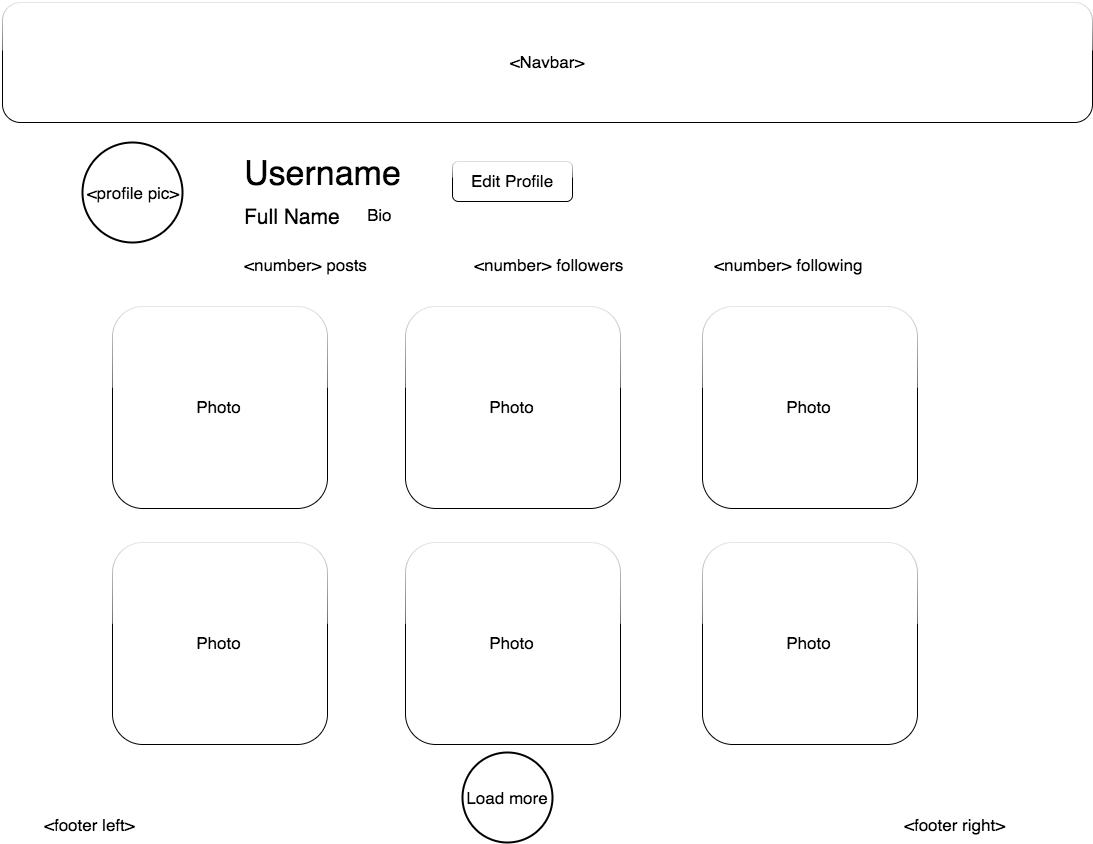
darryllittman/Pixlgram keeps this draw.io diagram as docs/wireframes/other_user_page.png. Above is the earlier version. Source tidied: cells renumbered, new cells last; positions are measured from the earlier drawing's top-left corner, leaving out a move shared by most shapes. The source it was exported from:
```xml
<mxGraphModel background="#ffffff">
  <root>
    <mxCell id="0" />
    <mxCell id="1" parent="0" />
    <mxCell id="2" value="&amp;lt;Navbar&amp;gt;" style="whiteSpace=wrap;html=1;rounded=1;glass=1;labelBackgroundColor=none;strokeWidth=1;fillColor=#FFFFFF;fontSize=17;align=center;" parent="1" vertex="1">
      <mxGeometry width="1090" height="120" as="geometry" />
    </mxCell>
    <mxCell id="3" value="&amp;lt;profile pic&amp;gt;" style="strokeWidth=2;html=1;shape=mxgraph.flowchart.start_2;whiteSpace=wrap;rounded=1;shadow=0;glass=1;labelBackgroundColor=none;fillColor=#FFFFFF;fontSize=17;align=center;" parent="1" vertex="1">
      <mxGeometry x="80" y="140" width="100" height="100" as="geometry" />
    </mxCell>
    <mxCell id="4" value="&lt;font style=&quot;font-size: 34px&quot;&gt;Username&lt;/font&gt;" style="text;html=1;align=left;verticalAlign=top;spacingTop=-4;fontSize=17;" parent="1" vertex="1">
      <mxGeometry x="240" y="149" width="170" height="30" as="geometry" />
    </mxCell>
    <mxCell id="5" value="&lt;font style=&quot;font-size: 21px&quot;&gt;Full Name&lt;/font&gt;" style="text;html=1;align=left;verticalAlign=top;spacingTop=-4;fontSize=17;" parent="1" vertex="1">
      <mxGeometry x="240" y="200" width="110" height="20" as="geometry" />
    </mxCell>
    <mxCell id="6" value="Edit Profile" style="rounded=1;whiteSpace=wrap;html=1;shadow=0;glass=1;labelBackgroundColor=none;strokeWidth=1;fillColor=#FFFFFF;fontSize=17;align=center;" parent="1" vertex="1">
      <mxGeometry x="450" y="159" width="120" height="40" as="geometry" />
    </mxCell>
    <mxCell id="7" value="&amp;lt;number&amp;gt; posts" style="text;html=1;align=left;verticalAlign=top;spacingTop=-4;fontSize=17;" parent="1" vertex="1">
      <mxGeometry x="240" y="250" width="140" height="20" as="geometry" />
    </mxCell>
    <mxCell id="8" value="&amp;lt;number&amp;gt; followers" style="text;html=1;align=left;verticalAlign=top;spacingTop=-4;fontSize=17;" parent="1" vertex="1">
      <mxGeometry x="470" y="250" width="160" height="20" as="geometry" />
    </mxCell>
    <mxCell id="9" value="&amp;lt;number&amp;gt; following" style="text;html=1;align=left;verticalAlign=top;spacingTop=-4;fontSize=17;" parent="1" vertex="1">
      <mxGeometry x="710" y="250" width="160" height="20" as="geometry" />
    </mxCell>
    <mxCell id="10" value="Photo" style="whiteSpace=wrap;html=1;rounded=1;shadow=0;glass=1;labelBackgroundColor=none;strokeWidth=1;fillColor=#FFFFFF;fontSize=17;align=center;" parent="1" vertex="1">
      <mxGeometry x="110" y="304" width="215" height="202" as="geometry" />
    </mxCell>
    <mxCell id="11" value="Photo" style="whiteSpace=wrap;html=1;rounded=1;shadow=0;glass=1;labelBackgroundColor=none;strokeWidth=1;fillColor=#FFFFFF;fontSize=17;align=center;" parent="1" vertex="1">
      <mxGeometry x="403" y="304" width="215" height="202" as="geometry" />
    </mxCell>
    <mxCell id="12" value="Photo" style="whiteSpace=wrap;html=1;rounded=1;shadow=0;glass=1;labelBackgroundColor=none;strokeWidth=1;fillColor=#FFFFFF;fontSize=17;align=center;" parent="1" vertex="1">
      <mxGeometry x="700" y="304" width="215" height="202" as="geometry" />
    </mxCell>
    <mxCell id="13" value="Photo" style="whiteSpace=wrap;html=1;rounded=1;shadow=0;glass=1;labelBackgroundColor=none;strokeWidth=1;fillColor=#FFFFFF;fontSize=17;align=center;" parent="1" vertex="1">
      <mxGeometry x="110" y="540" width="215" height="202" as="geometry" />
    </mxCell>
    <mxCell id="14" value="Photo" style="whiteSpace=wrap;html=1;rounded=1;shadow=0;glass=1;labelBackgroundColor=none;strokeWidth=1;fillColor=#FFFFFF;fontSize=17;align=center;" parent="1" vertex="1">
      <mxGeometry x="403" y="540" width="215" height="202" as="geometry" />
    </mxCell>
    <mxCell id="15" value="Photo" style="whiteSpace=wrap;html=1;rounded=1;shadow=0;glass=1;labelBackgroundColor=none;strokeWidth=1;fillColor=#FFFFFF;fontSize=17;align=center;" parent="1" vertex="1">
      <mxGeometry x="700" y="540" width="215" height="202" as="geometry" />
    </mxCell>
    <mxCell id="16" value="Load more" style="strokeWidth=2;html=1;shape=mxgraph.flowchart.start_2;whiteSpace=wrap;rounded=1;shadow=0;glass=1;labelBackgroundColor=none;fillColor=#FFFFFF;fontSize=17;align=center;" parent="1" vertex="1">
      <mxGeometry x="460" y="750" width="90" height="90" as="geometry" />
    </mxCell>
    <mxCell id="17" value="&amp;lt;footer left&amp;gt;" style="text;html=1;align=left;verticalAlign=top;spacingTop=-4;fontSize=17;" parent="1" vertex="1">
      <mxGeometry x="40" y="810" width="110" height="20" as="geometry" />
    </mxCell>
    <mxCell id="18" value="&amp;lt;footer right&amp;gt;" style="text;html=1;align=left;verticalAlign=top;spacingTop=-4;fontSize=17;" parent="1" vertex="1">
      <mxGeometry x="900" y="810" width="120" height="20" as="geometry" />
    </mxCell>
    <mxCell id="19" value="B&lt;span style=&quot;line-height: 1.2&quot;&gt;io&lt;/span&gt;" style="text;html=1;align=left;verticalAlign=top;spacingTop=-4;fontSize=17;" parent="1" vertex="1">
      <mxGeometry x="363" y="200" width="40" height="20" as="geometry" />
    </mxCell>
  </root>
</mxGraphModel>
```
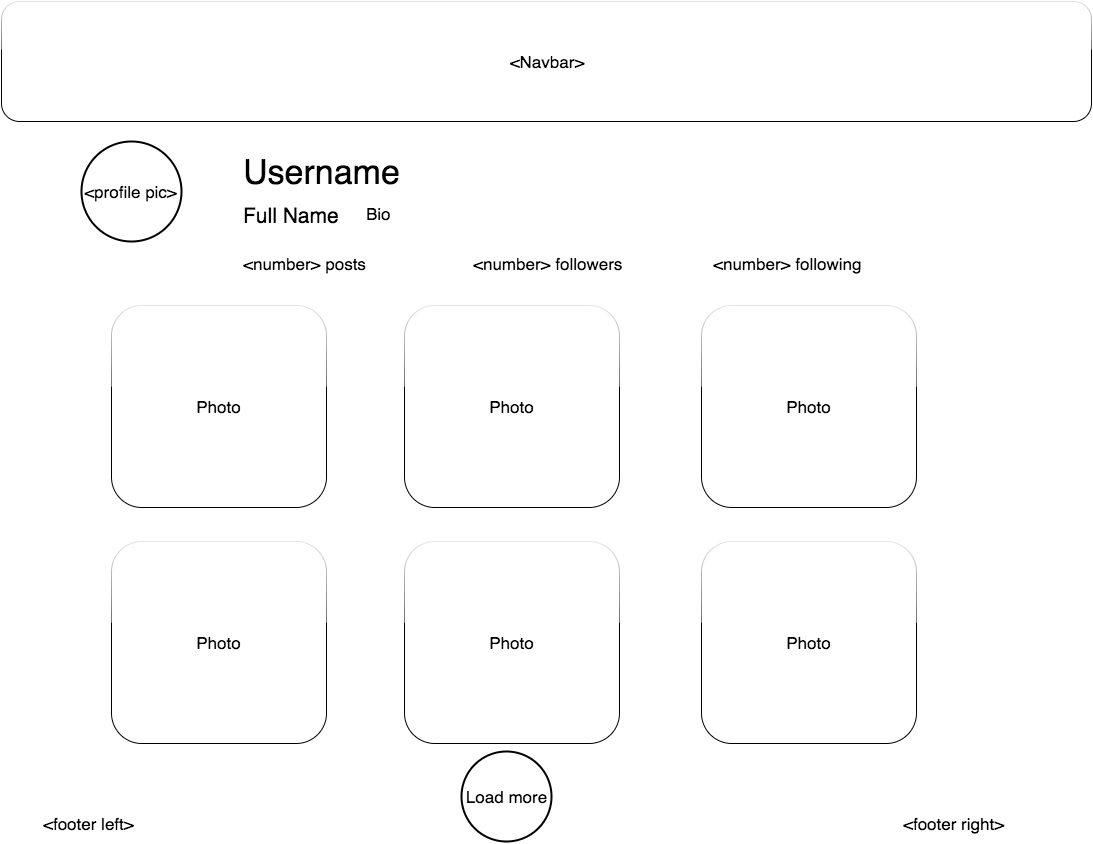
After the change.

Commit message:
Update Wireframes, complete component-heirarchy

The edit, as a diff of the source:
```diff
@@ -14,9 +14,6 @@
     <mxCell id="5" value="&lt;font style=&quot;font-size: 21px&quot;&gt;Full Name&lt;/font&gt;" style="text;html=1;align=left;verticalAlign=top;spacingTop=-4;fontSize=17;" parent="1" vertex="1">
       <mxGeometry x="240" y="200" width="110" height="20" as="geometry" />
     </mxCell>
-    <mxCell id="6" value="Edit Profile" style="rounded=1;whiteSpace=wrap;html=1;shadow=0;glass=1;labelBackgroundColor=none;strokeWidth=1;fillColor=#FFFFFF;fontSize=17;align=center;" parent="1" vertex="1">
-      <mxGeometry x="450" y="159" width="120" height="40" as="geometry" />
-    </mxCell>
     <mxCell id="7" value="&amp;lt;number&amp;gt; posts" style="text;html=1;align=left;verticalAlign=top;spacingTop=-4;fontSize=17;" parent="1" vertex="1">
       <mxGeometry x="240" y="250" width="140" height="20" as="geometry" />
     </mxCell>
```
